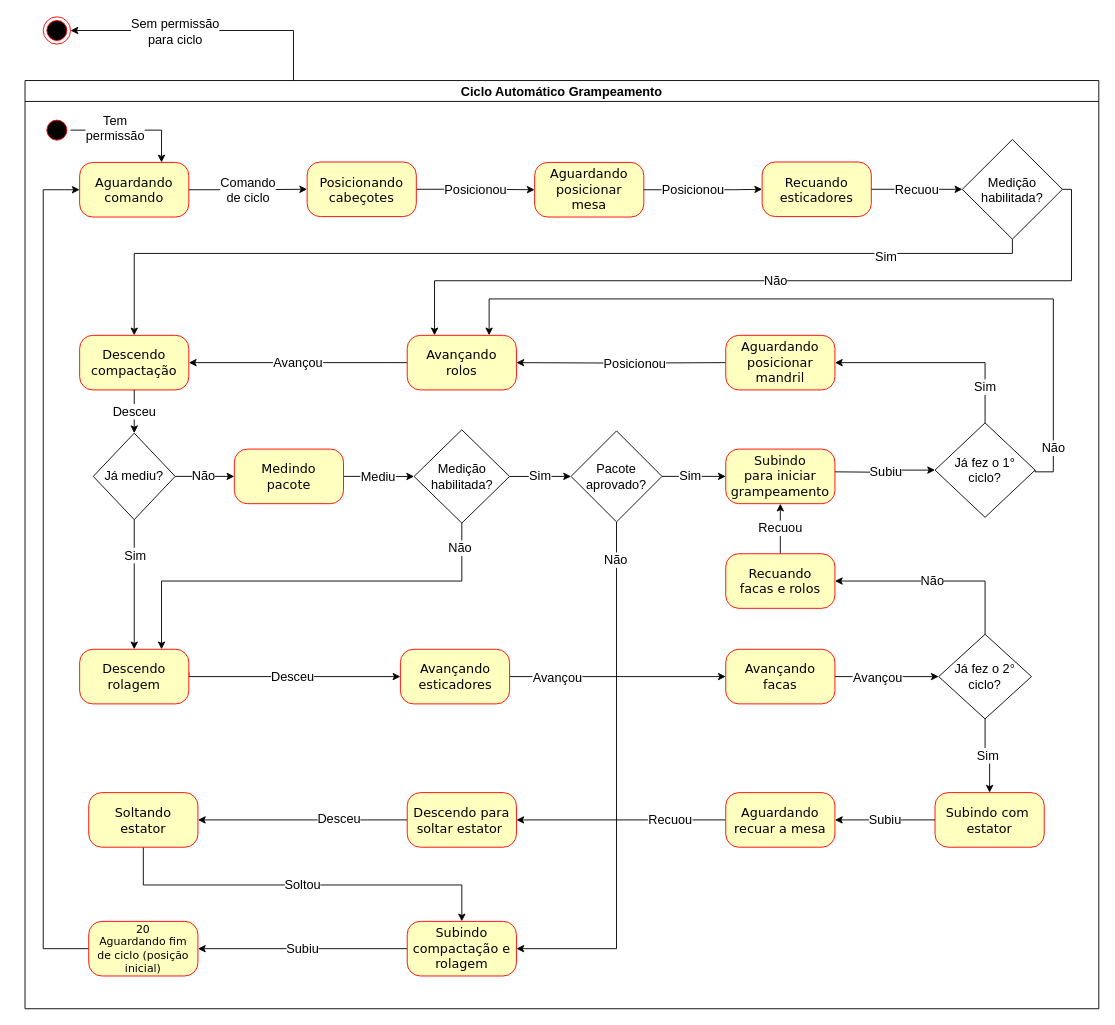
Above: page "Gramp Resumido" (5 of 6) of M05765N01_GrampeadeiraG33.drawio in JonanMuller/WEGDiagrams (draw.io), before the change. Source tidied: cells renumbered, new cells numbered last; positions are measured from the earlier drawing's top-left corner, leaving out a move shared by most shapes. Both pictures are drawn from the tidied source at 91%, with x=0, y=0 at pixel (25, 16).
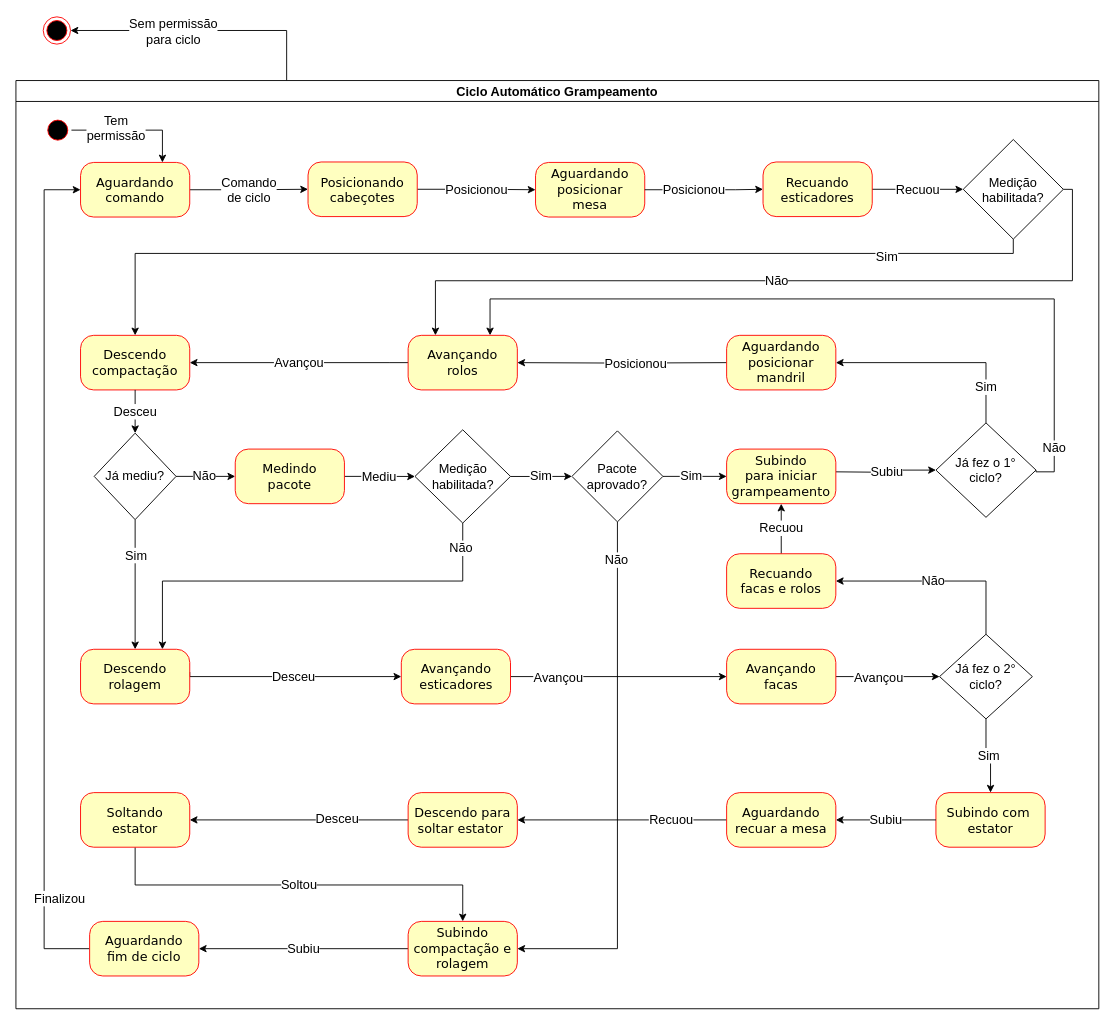
The same page after the edit.

Change to the diagram source:
```diff
@@
     <mxCell id="4" value="&lt;font style=&quot;font-size: 14px;&quot;&gt;Ciclo Automático Grampeamento&lt;/font&gt;" style="swimlane;whiteSpace=wrap;html=1;" parent="1" vertex="1">
-      <mxGeometry y="70" width="1180" height="1020" as="geometry" />
+      <mxGeometry x="-10" y="70" width="1190" height="1020" as="geometry" />
     </mxCell>
     <mxCell id="5" value="&lt;font style=&quot;font-size: 14px;&quot;&gt;Aguardando posicionar&lt;br&gt;mesa&lt;/font&gt;" style="rounded=1;whiteSpace=wrap;html=1;arcSize=24;fillColor=#ffffc0;strokeColor=#ff0000;shadow=0;comic=0;labelBackgroundColor=none;fontFamily=Verdana;fontSize=12;fontColor=#000000;align=center;" parent="4" vertex="1">
-      <mxGeometry x="560" y="90" width="120" height="60" as="geometry" />
+      <mxGeometry x="571" y="90" width="120" height="60" as="geometry" />
     </mxCell>
@@
     <mxCell id="8" value="&lt;font style=&quot;font-size: 14px;&quot;&gt;Avançando&lt;br&gt;esticadores&lt;/font&gt;" style="rounded=1;whiteSpace=wrap;html=1;arcSize=24;fillColor=#ffffc0;strokeColor=#ff0000;shadow=0;comic=0;labelBackgroundColor=none;fontFamily=Verdana;fontSize=12;fontColor=#000000;align=center;" parent="4" vertex="1">
-      <mxGeometry x="412.5" y="625" width="120" height="60" as="geometry" />
+      <mxGeometry x="423.5" y="625" width="120" height="60" as="geometry" />
     </mxCell>
     <mxCell id="9" value="&lt;font style=&quot;font-size: 14px;&quot;&gt;Desceu&lt;/font&gt;" style="edgeStyle=orthogonalEdgeStyle;rounded=0;jettySize=auto;html=1;exitX=1;exitY=0;exitDx=0;exitDy=0;" parent="4" edge="1" target="8">
       <mxGeometry relative="1" as="geometry">
-        <mxPoint x="180" y="650" as="sourcePoint" />
+        <mxPoint x="191" y="650" as="sourcePoint" />
         <Array as="points">
-          <mxPoint x="180" y="655" />
+          <mxPoint x="191" y="655" />
         </Array>
       </mxGeometry>
     </mxCell>
     <mxCell id="10" value="&lt;font style=&quot;font-size: 14px;&quot;&gt;Descendo&lt;br&gt;compactação&lt;/font&gt;" style="rounded=1;whiteSpace=wrap;html=1;arcSize=24;fillColor=#ffffc0;strokeColor=#ff0000;shadow=0;comic=0;labelBackgroundColor=none;fontFamily=Verdana;fontSize=12;fontColor=#000000;align=center;" parent="4" vertex="1">
-      <mxGeometry x="60" y="280" width="120" height="60" as="geometry" />
+      <mxGeometry x="71" y="280" width="120" height="60" as="geometry" />
     </mxCell>
     <mxCell id="11" style="edgeStyle=orthogonalEdgeStyle;rounded=0;jettySize=auto;html=1;exitX=0.5;exitY=1;exitDx=0;exitDy=0;entryX=0.5;entryY=0;entryDx=0;entryDy=0;" parent="4" edge="1" source="13" target="10">
       <mxGeometry relative="1" as="geometry">
         <Array as="points">
-          <mxPoint x="1085" y="190" />
-          <mxPoint x="120" y="190" />
+          <mxPoint x="1096" y="190" />
+          <mxPoint x="131" y="190" />
         </Array>
       </mxGeometry>
     </mxCell>
@@
     <mxCell id="13" value="&lt;font style=&quot;font-size: 14px;&quot;&gt;Medição&lt;br&gt;habilitada?&lt;/font&gt;" style="rhombus;whiteSpace=wrap;html=1;" parent="4" vertex="1">
-      <mxGeometry x="1030" y="64.8" width="110" height="109.5" as="geometry" />
+      <mxGeometry x="1041" y="64.8" width="110" height="109.5" as="geometry" />
     </mxCell>
     <mxCell id="14" value="&lt;font style=&quot;font-size: 14px;&quot;&gt;Avançou&lt;/font&gt;" style="edgeStyle=orthogonalEdgeStyle;rounded=0;jettySize=auto;html=1;startArrow=none;exitX=0;exitY=0.5;exitDx=0;exitDy=0;" parent="4" edge="1" source="64" target="10">
       <mxGeometry relative="1" as="geometry">
         <Array as="points">
-          <mxPoint x="400" y="310" />
-          <mxPoint x="400" y="310" />
+          <mxPoint x="411" y="310" />
+          <mxPoint x="411" y="310" />
         </Array>
       </mxGeometry>
     </mxCell>
     <mxCell id="15" value="&lt;font style=&quot;font-size: 14px;&quot;&gt;Não&lt;/font&gt;" style="edgeStyle=orthogonalEdgeStyle;rounded=0;jettySize=auto;html=1;exitX=1;exitY=0.5;exitDx=0;exitDy=0;entryX=0.25;entryY=0;entryDx=0;entryDy=0;" parent="4" edge="1" source="13" target="64">
       <mxGeometry relative="1" as="geometry">
         <Array as="points">
-          <mxPoint x="1150" y="120" />
-          <mxPoint x="1150" y="220" />
-          <mxPoint x="450" y="220" />
+          <mxPoint x="1161" y="120" />
+          <mxPoint x="1161" y="220" />
+          <mxPoint x="461" y="220" />
         </Array>
       </mxGeometry>
     </mxCell>
@@
     <mxCell id="20" value="&lt;font style=&quot;font-size: 14px;&quot;&gt;Pacote&lt;br&gt;aprovado?&lt;/font&gt;" style="rhombus;whiteSpace=wrap;html=1;" parent="4" vertex="1">
-      <mxGeometry x="600" y="385" width="100" height="100" as="geometry" />
+      <mxGeometry x="611" y="385" width="100" height="100" as="geometry" />
     </mxCell>
@@
     <mxCell id="22" style="edgeStyle=orthogonalEdgeStyle;rounded=0;jettySize=auto;html=1;exitX=0.5;exitY=1;exitDx=0;exitDy=0;entryX=0.75;entryY=0;entryDx=0;entryDy=0;" parent="4" edge="1" source="24" target="70">
       <mxGeometry relative="1" as="geometry">
         <Array as="points">
-          <mxPoint x="480" y="550" />
-          <mxPoint x="150" y="550" />
+          <mxPoint x="491" y="550" />
+          <mxPoint x="161" y="550" />
         </Array>
       </mxGeometry>
     </mxCell>
@@
     <mxCell id="24" value="&lt;font style=&quot;font-size: 14px;&quot;&gt;Medição&lt;br&gt;habilitada?&lt;/font&gt;" style="rhombus;whiteSpace=wrap;html=1;" parent="4" vertex="1">
-      <mxGeometry x="427.5" y="383.8" width="105" height="102.5" as="geometry" />
+      <mxGeometry x="438.5" y="383.8" width="105" height="102.5" as="geometry" />
     </mxCell>
@@
     <mxCell id="29" value="&lt;font style=&quot;font-size: 14px;&quot;&gt;Já mediu?&lt;/font&gt;" style="rhombus;whiteSpace=wrap;html=1;" parent="4" vertex="1">
-      <mxGeometry x="75" y="387.5" width="90" height="95" as="geometry" />
+      <mxGeometry x="86" y="387.5" width="90" height="95" as="geometry" />
     </mxCell>
@@
-    <mxCell id="31" style="edgeStyle=orthogonalEdgeStyle;rounded=0;jettySize=auto;html=1;exitX=0;exitY=0.5;exitDx=0;exitDy=0;entryX=0;entryY=0.5;entryDx=0;entryDy=0;" parent="4" edge="1" source="53" target="59">
+    <mxCell id="31" style="edgeStyle=orthogonalEdgeStyle;rounded=0;jettySize=auto;html=1;exitX=0;exitY=0.5;exitDx=0;exitDy=0;entryX=0;entryY=0.5;entryDx=0;entryDy=0;" parent="4" edge="1" source="82" target="59">
       <mxGeometry relative="1" as="geometry">
         <Array as="points">
-          <mxPoint x="20" y="954" />
-          <mxPoint x="20" y="120" />
+          <mxPoint x="31" y="954" />
+          <mxPoint x="31" y="120" />
         </Array>
       </mxGeometry>
     </mxCell>
+    <mxCell id="81" value="&lt;font style=&quot;font-size: 14px;&quot;&gt;Finalizou&lt;/font&gt;" style="edgeLabel;html=1;align=center;verticalAlign=middle;" parent="31" vertex="1">
+      <mxGeometry x="-0.74" relative="1" as="geometry">
+        <mxPoint x="16" y="14" as="offset" />
+      </mxGeometry>
+    </mxCell>
@@
     <mxCell id="34" value="&lt;font style=&quot;font-size: 14px;&quot;&gt;Posicionando&lt;br&gt;cabeçotes&lt;/font&gt;" style="rounded=1;whiteSpace=wrap;html=1;arcSize=24;fillColor=#ffffc0;strokeColor=#ff0000;shadow=0;comic=0;labelBackgroundColor=none;fontFamily=Verdana;fontSize=12;fontColor=#000000;align=center;" parent="4" vertex="1">
-      <mxGeometry x="310" y="89.5" width="120" height="60" as="geometry" />
+      <mxGeometry x="321" y="89.5" width="120" height="60" as="geometry" />
     </mxCell>
     <mxCell id="35" style="edgeStyle=orthogonalEdgeStyle;rounded=0;jettySize=auto;html=1;entryX=0;entryY=0.5;entryDx=0;entryDy=0;" parent="4" edge="1" source="5" target="63">
       <mxGeometry relative="1" as="geometry">
         <Array as="points">
-          <mxPoint x="780" y="120" />
-          <mxPoint x="780" y="120" />
+          <mxPoint x="791" y="120" />
+          <mxPoint x="791" y="120" />
         </Array>
       </mxGeometry>
     </mxCell>
@@
     <mxCell id="37" value="&lt;font style=&quot;font-size: 14px;&quot;&gt;Não&lt;/font&gt;" style="edgeStyle=orthogonalEdgeStyle;rounded=0;jettySize=auto;html=1;exitX=1;exitY=0.5;exitDx=0;exitDy=0;entryX=0.75;entryY=0;entryDx=0;entryDy=0;" parent="4" edge="1" source="40" target="64">
       <mxGeometry x="-0.89" relative="1" as="geometry">
         <Array as="points">
-          <mxPoint x="1130" y="430" />
-          <mxPoint x="1130" y="240" />
-          <mxPoint x="510" y="240" />
+          <mxPoint x="1141" y="430" />
+          <mxPoint x="1141" y="240" />
+          <mxPoint x="521" y="240" />
         </Array>
       </mxGeometry>
     </mxCell>
@@
     <mxCell id="40" value="&lt;font style=&quot;font-size: 14px;&quot;&gt;Já fez o 1°&lt;br&gt;ciclo?&lt;/font&gt;" style="rhombus;whiteSpace=wrap;html=1;" parent="4" vertex="1">
-      <mxGeometry x="1000" y="376.2" width="110" height="103.8" as="geometry" />
+      <mxGeometry x="1011" y="376.2" width="110" height="103.8" as="geometry" />
     </mxCell>
     <mxCell id="41" value="&lt;font style=&quot;font-size: 14px;&quot;&gt;Subiu&lt;/font&gt;" style="edgeStyle=orthogonalEdgeStyle;rounded=0;jettySize=auto;html=1;exitX=1;exitY=0.5;exitDx=0;exitDy=0;" parent="4" edge="1" target="40">
       <mxGeometry relative="1" as="geometry">
-        <mxPoint x="890" y="430" as="sourcePoint" />
+        <mxPoint x="901" y="430" as="sourcePoint" />
       </mxGeometry>
     </mxCell>
     <mxCell id="42" value="&lt;font style=&quot;font-size: 14px;&quot;&gt;Já fez o 2°&lt;br&gt;ciclo?&lt;/font&gt;" style="rhombus;whiteSpace=wrap;html=1;" parent="4" vertex="1">
-      <mxGeometry x="1004" y="608.5" width="102" height="93" as="geometry" />
+      <mxGeometry x="1015" y="608.5" width="102" height="93" as="geometry" />
     </mxCell>
@@
     <mxCell id="45" value="&lt;font style=&quot;font-size: 14px;&quot;&gt;Subindo com&amp;nbsp;&lt;br&gt;estator&lt;/font&gt;" style="rounded=1;whiteSpace=wrap;html=1;arcSize=24;fillColor=#ffffc0;strokeColor=#ff0000;shadow=0;comic=0;labelBackgroundColor=none;fontFamily=Verdana;fontSize=12;fontColor=#000000;align=center;" parent="4" vertex="1">
-      <mxGeometry x="1000" y="782.5" width="120" height="60" as="geometry" />
+      <mxGeometry x="1011" y="782.5" width="120" height="60" as="geometry" />
     </mxCell>
@@
     <mxCell id="48" value="&lt;font style=&quot;font-size: 14px;&quot;&gt;Recuando&lt;/font&gt;&lt;div&gt;&lt;span style=&quot;font-size: 14px; background-color: initial;&quot;&gt;facas&amp;nbsp;&lt;/span&gt;&lt;span style=&quot;font-size: 14px; background-color: initial;&quot;&gt;e rolos&lt;/span&gt;&lt;/div&gt;" style="rounded=1;whiteSpace=wrap;html=1;arcSize=24;fillColor=#ffffc0;strokeColor=#ff0000;shadow=0;comic=0;labelBackgroundColor=none;fontFamily=Verdana;fontSize=12;fontColor=#000000;align=center;" parent="4" vertex="1">
-      <mxGeometry x="770" y="520" width="120" height="60" as="geometry" />
+      <mxGeometry x="781" y="520" width="120" height="60" as="geometry" />
     </mxCell>
@@
     <mxCell id="52" value="&lt;font style=&quot;font-size: 14px;&quot;&gt;Soltou&lt;/font&gt;" style="edgeStyle=orthogonalEdgeStyle;rounded=0;jettySize=auto;html=1;entryX=0.5;entryY=0;entryDx=0;entryDy=0;exitX=0.5;exitY=1;exitDx=0;exitDy=0;" parent="4" edge="1" source="78" target="79">
       <mxGeometry relative="1" as="geometry">
         <Array as="points">
-          <mxPoint x="130" y="884" />
-          <mxPoint x="480" y="884" />
+          <mxPoint x="131" y="884" />
+          <mxPoint x="491" y="884" />
         </Array>
       </mxGeometry>
     </mxCell>
-    <mxCell id="53" value="20&lt;br&gt;Aguardando fim&lt;br&gt;de ciclo (posição inicial)" style="rounded=1;whiteSpace=wrap;html=1;arcSize=24;fillColor=#ffffc0;strokeColor=#ff0000;shadow=0;comic=0;labelBackgroundColor=none;fontFamily=Verdana;fontSize=12;fontColor=#000000;align=center;" parent="4" vertex="1">
-      <mxGeometry x="70" y="924" width="120" height="60" as="geometry" />
-    </mxCell>
-    <mxCell id="54" value="&lt;font style=&quot;font-size: 14px;&quot;&gt;Subiu&lt;/font&gt;" style="edgeStyle=orthogonalEdgeStyle;rounded=0;jettySize=auto;html=1;exitX=0;exitY=0.5;exitDx=0;exitDy=0;" parent="4" edge="1" source="79" target="53">
+    <mxCell id="54" value="&lt;font style=&quot;font-size: 14px;&quot;&gt;Subiu&lt;/font&gt;" style="edgeStyle=orthogonalEdgeStyle;rounded=0;jettySize=auto;html=1;exitX=0;exitY=0.5;exitDx=0;exitDy=0;entryX=1;entryY=0.5;entryDx=0;entryDy=0;" parent="4" edge="1" source="79" target="82">
       <mxGeometry relative="1" as="geometry" />
     </mxCell>
     <mxCell id="55" style="edgeStyle=orthogonalEdgeStyle;rounded=0;jettySize=auto;html=1;entryX=1;entryY=0.5;entryDx=0;entryDy=0;exitX=0;exitY=0.5;exitDx=0;exitDy=0;" parent="4" edge="1" target="64">
       <mxGeometry relative="1" as="geometry">
-        <mxPoint x="770" y="310" as="sourcePoint" />
+        <mxPoint x="781" y="310" as="sourcePoint" />
       </mxGeometry>
     </mxCell>
@@
     <mxCell id="57" style="edgeStyle=orthogonalEdgeStyle;rounded=0;jettySize=auto;html=1;exitX=1;exitY=0.5;exitDx=0;exitDy=0;entryX=0;entryY=0.5;entryDx=0;entryDy=0;" parent="4" edge="1" source="63" target="13">
       <mxGeometry relative="1" as="geometry">
         <Array as="points">
-          <mxPoint x="910" y="120" />
+          <mxPoint x="921" y="120" />
         </Array>
       </mxGeometry>
     </mxCell>
@@
     <mxCell id="59" value="&lt;font style=&quot;font-size: 14px;&quot;&gt;Aguardando&lt;/font&gt;&lt;div&gt;&lt;font style=&quot;font-size: 14px;&quot;&gt;comando&lt;/font&gt;&lt;/div&gt;" style="rounded=1;whiteSpace=wrap;html=1;arcSize=24;fillColor=#ffffc0;strokeColor=#ff0000;shadow=0;comic=0;labelBackgroundColor=none;fontFamily=Verdana;fontSize=12;fontColor=#000000;align=center;" parent="4" vertex="1">
-      <mxGeometry x="60" y="90" width="120" height="60" as="geometry" />
+      <mxGeometry x="71" y="90" width="120" height="60" as="geometry" />
     </mxCell>
@@
     <mxCell id="61" style="ellipse;html=1;shape=startState;fillColor=#000000;strokeColor=#ff0000;rounded=1;shadow=0;comic=0;labelBackgroundColor=none;fontFamily=Verdana;fontSize=12;fontColor=#000000;align=center;direction=south;" parent="4" vertex="1">
-      <mxGeometry x="20" y="39.5" width="30" height="30" as="geometry" />
+      <mxGeometry x="31" y="39.5" width="30" height="30" as="geometry" />
     </mxCell>
     <mxCell id="62" value="&lt;span style=&quot;font-size: 14px;&quot;&gt;Tem&lt;/span&gt;&lt;div&gt;&lt;span style=&quot;font-size: 14px;&quot;&gt;permissão&lt;/span&gt;&lt;/div&gt;" style="edgeLabel;html=1;align=center;verticalAlign=middle;" parent="4" vertex="1">
-      <mxGeometry x="90" y="60" as="geometry">
+      <mxGeometry x="101" y="60" as="geometry">
         <mxPoint x="8" y="-9" as="offset" />
       </mxGeometry>
     </mxCell>
     <mxCell id="63" value="&lt;span style=&quot;font-size: 14px;&quot;&gt;Recuando esticadores&lt;/span&gt;" style="rounded=1;whiteSpace=wrap;html=1;arcSize=24;fillColor=#ffffc0;strokeColor=#ff0000;shadow=0;comic=0;labelBackgroundColor=none;fontFamily=Verdana;fontSize=12;fontColor=#000000;align=center;" parent="4" vertex="1">
-      <mxGeometry x="810" y="89.5" width="120" height="60" as="geometry" />
+      <mxGeometry x="821" y="89.5" width="120" height="60" as="geometry" />
     </mxCell>
     <mxCell id="64" value="&lt;span style=&quot;font-size: 14px;&quot;&gt;Avançando&lt;/span&gt;&lt;div&gt;&lt;span style=&quot;font-size: 14px;&quot;&gt;rolos&lt;/span&gt;&lt;/div&gt;" style="rounded=1;whiteSpace=wrap;html=1;arcSize=24;fillColor=#ffffc0;strokeColor=#ff0000;shadow=0;comic=0;labelBackgroundColor=none;fontFamily=Verdana;fontSize=12;fontColor=#000000;align=center;" parent="4" vertex="1">
-      <mxGeometry x="420" y="280" width="120" height="60" as="geometry" />
+      <mxGeometry x="431" y="280" width="120" height="60" as="geometry" />
     </mxCell>
@@
     <mxCell id="67" value="&lt;span style=&quot;font-size: 14px;&quot;&gt;Medindo&lt;/span&gt;&lt;div&gt;&lt;span style=&quot;font-size: 14px;&quot;&gt;pacote&lt;/span&gt;&lt;/div&gt;" style="rounded=1;whiteSpace=wrap;html=1;arcSize=24;fillColor=#ffffc0;strokeColor=#ff0000;shadow=0;comic=0;labelBackgroundColor=none;fontFamily=Verdana;fontSize=12;fontColor=#000000;align=center;" parent="4" vertex="1">
-      <mxGeometry x="230" y="405" width="120" height="60" as="geometry" />
+      <mxGeometry x="241" y="405" width="120" height="60" as="geometry" />
     </mxCell>
     <mxCell id="68" value="&lt;span style=&quot;font-size: 14px;&quot;&gt;Subindo para&amp;nbsp;&lt;/span&gt;&lt;span style=&quot;font-size: 14px; background-color: initial;&quot;&gt;iniciar grampeamento&lt;/span&gt;" style="rounded=1;whiteSpace=wrap;html=1;arcSize=24;fillColor=#ffffc0;strokeColor=#ff0000;shadow=0;comic=0;labelBackgroundColor=none;fontFamily=Verdana;fontSize=12;fontColor=#000000;align=center;" parent="4" vertex="1">
-      <mxGeometry x="770" y="405" width="120" height="60" as="geometry" />
+      <mxGeometry x="781" y="405" width="120" height="60" as="geometry" />
     </mxCell>
     <mxCell id="69" value="&lt;span style=&quot;font-size: 14px;&quot;&gt;Aguardando posicionar mandril&lt;/span&gt;" style="rounded=1;whiteSpace=wrap;html=1;arcSize=24;fillColor=#ffffc0;strokeColor=#ff0000;shadow=0;comic=0;labelBackgroundColor=none;fontFamily=Verdana;fontSize=12;fontColor=#000000;align=center;" parent="4" vertex="1">
-      <mxGeometry x="770" y="280" width="120" height="60" as="geometry" />
+      <mxGeometry x="781" y="280" width="120" height="60" as="geometry" />
     </mxCell>
     <mxCell id="70" value="&lt;span style=&quot;font-size: 14px;&quot;&gt;Descendo rolagem&lt;/span&gt;" style="rounded=1;whiteSpace=wrap;html=1;arcSize=24;fillColor=#ffffc0;strokeColor=#ff0000;shadow=0;comic=0;labelBackgroundColor=none;fontFamily=Verdana;fontSize=12;fontColor=#000000;align=center;" parent="4" vertex="1">
-      <mxGeometry x="60" y="625" width="120" height="60" as="geometry" />
+      <mxGeometry x="71" y="625" width="120" height="60" as="geometry" />
     </mxCell>
     <mxCell id="71" value="&lt;font style=&quot;font-size: 14px;&quot;&gt;Avançando&lt;br&gt;facas&lt;/font&gt;" style="rounded=1;whiteSpace=wrap;html=1;arcSize=24;fillColor=#ffffc0;strokeColor=#ff0000;shadow=0;comic=0;labelBackgroundColor=none;fontFamily=Verdana;fontSize=12;fontColor=#000000;align=center;" parent="4" vertex="1">
-      <mxGeometry x="770" y="625" width="120" height="60" as="geometry" />
+      <mxGeometry x="781" y="625" width="120" height="60" as="geometry" />
     </mxCell>
@@
     <mxCell id="74" value="&lt;span style=&quot;font-size: 14px;&quot;&gt;Aguardando&lt;/span&gt;&lt;div&gt;&lt;span style=&quot;font-size: 14px;&quot;&gt;recuar a mesa&lt;/span&gt;&lt;/div&gt;" style="rounded=1;whiteSpace=wrap;html=1;arcSize=24;fillColor=#ffffc0;strokeColor=#ff0000;shadow=0;comic=0;labelBackgroundColor=none;fontFamily=Verdana;fontSize=12;fontColor=#000000;align=center;" parent="4" vertex="1">
-      <mxGeometry x="770" y="782.5" width="120" height="60" as="geometry" />
+      <mxGeometry x="781" y="782.5" width="120" height="60" as="geometry" />
     </mxCell>
@@
     <mxCell id="77" value="&lt;span style=&quot;font-size: 14px;&quot;&gt;Descendo para&lt;/span&gt;&lt;div&gt;&lt;span style=&quot;font-size: 14px;&quot;&gt;soltar estator&amp;nbsp;&lt;/span&gt;&lt;/div&gt;" style="rounded=1;whiteSpace=wrap;html=1;arcSize=24;fillColor=#ffffc0;strokeColor=#ff0000;shadow=0;comic=0;labelBackgroundColor=none;fontFamily=Verdana;fontSize=12;fontColor=#000000;align=center;" parent="4" vertex="1">
-      <mxGeometry x="420" y="782.5" width="120" height="60" as="geometry" />
+      <mxGeometry x="431" y="782.5" width="120" height="60" as="geometry" />
     </mxCell>
     <mxCell id="78" value="&lt;span style=&quot;font-size: 14px;&quot;&gt;Soltando&lt;/span&gt;&lt;div&gt;&lt;span style=&quot;font-size: 14px;&quot;&gt;estator&lt;/span&gt;&lt;/div&gt;" style="rounded=1;whiteSpace=wrap;html=1;arcSize=24;fillColor=#ffffc0;strokeColor=#ff0000;shadow=0;comic=0;labelBackgroundColor=none;fontFamily=Verdana;fontSize=12;fontColor=#000000;align=center;" parent="4" vertex="1">
-      <mxGeometry x="70" y="782.5" width="120" height="60" as="geometry" />
+      <mxGeometry x="71" y="782.5" width="120" height="60" as="geometry" />
     </mxCell>
     <mxCell id="79" value="&lt;span style=&quot;font-size: 14px;&quot;&gt;Subindo compactação e rolagem&lt;/span&gt;" style="rounded=1;whiteSpace=wrap;html=1;arcSize=24;fillColor=#ffffc0;strokeColor=#ff0000;shadow=0;comic=0;labelBackgroundColor=none;fontFamily=Verdana;fontSize=12;fontColor=#000000;align=center;" parent="4" vertex="1">
-      <mxGeometry x="420" y="924" width="120" height="60" as="geometry" />
+      <mxGeometry x="431" y="924" width="120" height="60" as="geometry" />
     </mxCell>
+    <mxCell id="82" value="&lt;span style=&quot;font-size: 14px;&quot;&gt;Aguardando&lt;/span&gt;&lt;div&gt;&lt;span style=&quot;font-size: 14px;&quot;&gt;fim de ciclo&lt;/span&gt;&lt;/div&gt;" style="rounded=1;whiteSpace=wrap;html=1;arcSize=24;fillColor=#ffffc0;strokeColor=#ff0000;shadow=0;comic=0;labelBackgroundColor=none;fontFamily=Verdana;fontSize=12;fontColor=#000000;align=center;" parent="4" vertex="1">
+      <mxGeometry x="81" y="924" width="120" height="60" as="geometry" />
+    </mxCell>
```
